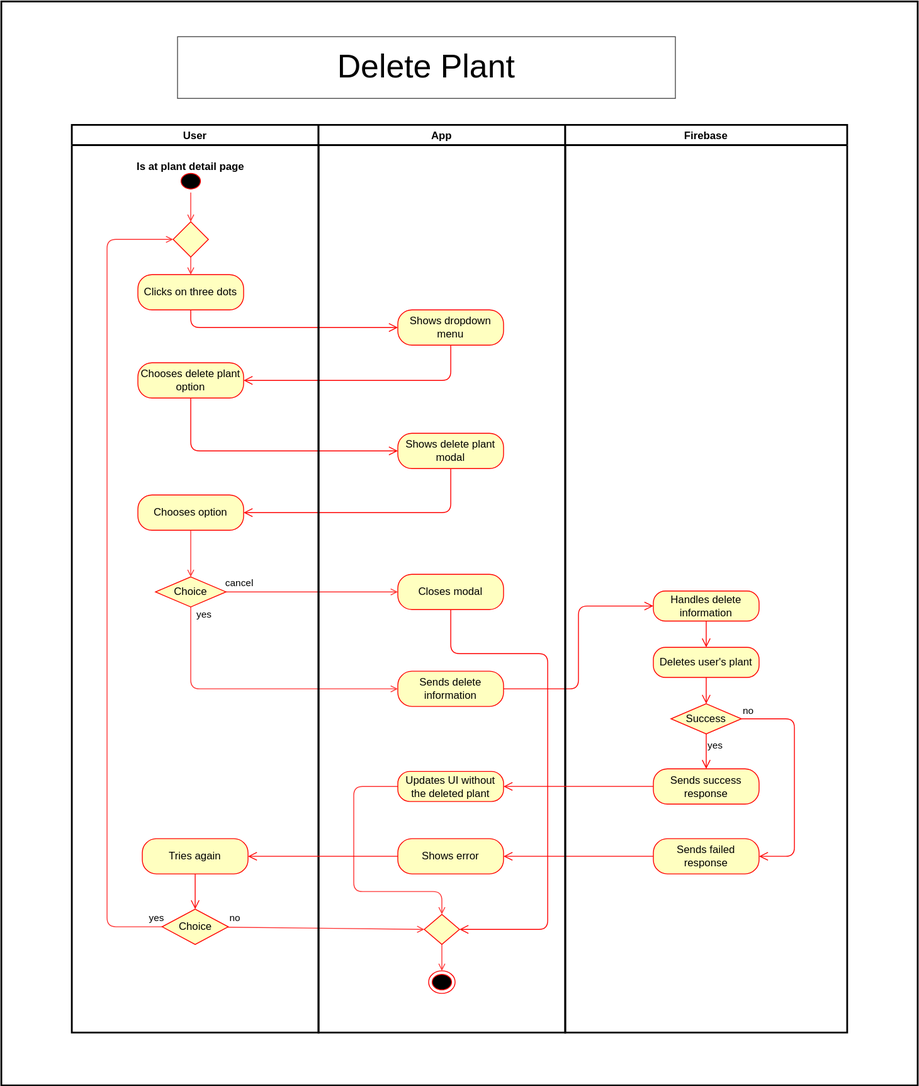
This is docs/assets/svg/useCaseDiagrams/deletePlant.drawio.svg from Green-Fingers-App/gardeningApp, a draw.io export, as it was before one commit. Source tidied: cells renumbered, new cells last; positions are measured from the earlier drawing's top-left corner, leaving out a move shared by most shapes.
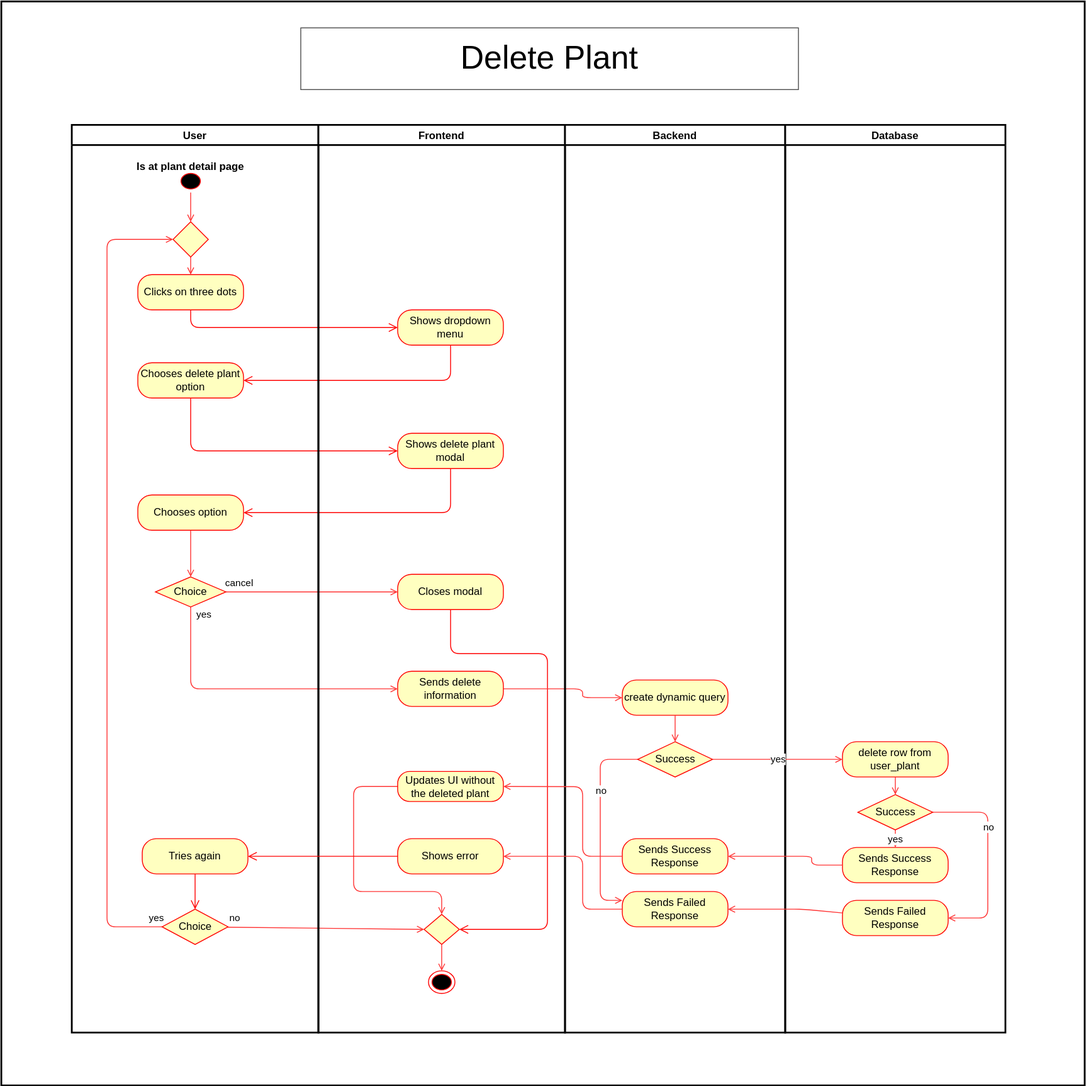
After the commit.

Diff of the diagram source:
```diff
@@ -3,7 +3,7 @@
     <mxCell id="0" />
     <mxCell id="1" parent="0" />
     <mxCell id="2" style="whiteSpace=wrap;html=1;fillColor=#FFFFFF;strokeColor=#000000;strokeWidth=2;" parent="1" vertex="1">
-      <mxGeometry width="1040" height="1230" as="geometry" />
+      <mxGeometry width="1230" height="1230" as="geometry" />
     </mxCell>
     <mxCell id="3" value="Clicks on three dots" style="rounded=1;whiteSpace=wrap;html=1;arcSize=40;fontColor=#000000;fillColor=#ffffc0;strokeColor=#ff0000;" parent="1" vertex="1">
       <mxGeometry x="155" y="310" width="120" height="40" as="geometry" />
@@ -39,7 +39,7 @@
       </mxGeometry>
     </mxCell>
     <mxCell id="10" value="&lt;font style=&quot;background-color: rgb(255, 255, 255); font-size: 37px;&quot; color=&quot;#000000&quot;&gt;Delete Plant&lt;/font&gt;" style="rounded=0;whiteSpace=wrap;html=1;fillColor=#FFFFFF;strokeColor=#4D4D4D;" parent="1" vertex="1">
-      <mxGeometry x="200" y="40" width="565" height="70" as="geometry" />
+      <mxGeometry x="340" y="30" width="565" height="70" as="geometry" />
     </mxCell>
     <mxCell id="11" style="edgeStyle=none;html=1;endArrow=open;endFill=0;strokeColor=#FF3333;" parent="1" edge="1" source="13" target="3">
       <mxGeometry relative="1" as="geometry" />
@@ -87,12 +87,17 @@
         </Array>
       </mxGeometry>
     </mxCell>
+    <mxCell id="52" style="edgeStyle=none;html=1;strokeColor=#FF3333;endArrow=open;endFill=0;" parent="1" edge="1" source="21" target="55">
+      <mxGeometry relative="1" as="geometry">
+        <Array as="points">
+          <mxPoint x="660" y="780" />
+          <mxPoint x="660" y="790" />
+        </Array>
+      </mxGeometry>
+    </mxCell>
     <mxCell id="21" value="Sends delete information" style="rounded=1;whiteSpace=wrap;html=1;arcSize=40;fontColor=#000000;fillColor=#ffffc0;strokeColor=#ff0000;" parent="1" vertex="1">
       <mxGeometry x="450" y="760" width="120" height="40" as="geometry" />
     </mxCell>
-    <mxCell id="22" style="edgeStyle=orthogonalEdgeStyle;html=1;verticalAlign=bottom;endArrow=open;endSize=8;strokeColor=#ff0000;entryX=0;entryY=0.5;entryDx=0;entryDy=0;" parent="1" edge="1" source="21" target="43">
-      <mxGeometry relative="1" as="geometry" />
-    </mxCell>
     <mxCell id="23" value="yes" style="edgeStyle=none;html=1;entryX=0;entryY=0.5;entryDx=0;entryDy=0;strokeColor=#FF3333;endArrow=open;endFill=0;" parent="1" edge="1" source="34" target="21">
       <mxGeometry x="-0.94" y="15" relative="1" as="geometry">
         <Array as="points">
@@ -100,20 +105,6 @@
         </Array>
       </mxGeometry>
     </mxCell>
-    <mxCell id="24" value="no" style="edgeStyle=orthogonalEdgeStyle;html=1;align=left;verticalAlign=bottom;endArrow=open;endSize=8;strokeColor=#ff0000;entryX=1;entryY=0.5;entryDx=0;entryDy=0;" parent="1" edge="1" source="46" target="25">
-      <mxGeometry x="-1" relative="1" as="geometry">
-        <Array as="points">
-          <mxPoint x="900" y="814" />
-          <mxPoint x="900" y="970" />
-        </Array>
-      </mxGeometry>
-    </mxCell>
-    <mxCell id="25" value="Sends failed response" style="rounded=1;whiteSpace=wrap;html=1;arcSize=40;fontColor=#000000;fillColor=#ffffc0;strokeColor=#ff0000;" parent="1" vertex="1">
-      <mxGeometry x="740" y="950" width="120" height="40" as="geometry" />
-    </mxCell>
-    <mxCell id="26" style="edgeStyle=orthogonalEdgeStyle;html=1;verticalAlign=bottom;endArrow=open;endSize=8;strokeColor=#ff0000;" parent="1" edge="1" source="25" target="41">
-      <mxGeometry relative="1" as="geometry" />
-    </mxCell>
     <mxCell id="27" value="yes" style="edgeStyle=none;html=1;strokeColor=#FF3333;endArrow=open;endFill=0;" parent="1" edge="1" source="36" target="13">
       <mxGeometry x="-0.99" y="-10" relative="1" as="geometry">
         <Array as="points">
@@ -163,7 +154,7 @@
     <mxCell id="37" style="edgeStyle=orthogonalEdgeStyle;html=1;verticalAlign=bottom;endArrow=open;endSize=8;strokeColor=#ff0000;entryX=0;entryY=0.5;entryDx=0;entryDy=0;" parent="32" edge="1" source="35" target="36">
       <mxGeometry relative="1" as="geometry" />
     </mxCell>
-    <mxCell id="38" value="App" style="swimlane;strokeColor=#000000;strokeWidth=2;fillColor=#FFFFFF;fontColor=#000000;" parent="1" vertex="1">
+    <mxCell id="38" value="Frontend" style="swimlane;strokeColor=#000000;strokeWidth=2;fillColor=#FFFFFF;fontColor=#000000;" parent="1" vertex="1">
       <mxGeometry x="360" y="140" width="280" height="1030" as="geometry" />
     </mxCell>
     <mxCell id="39" value="Updates UI without the deleted plant" style="rounded=1;whiteSpace=wrap;html=1;arcSize=40;fontColor=#000000;fillColor=#ffffc0;strokeColor=#ff0000;" parent="38" vertex="1">
@@ -175,35 +166,109 @@
     <mxCell id="41" value="Shows error" style="rounded=1;whiteSpace=wrap;html=1;arcSize=40;fontColor=#000000;fillColor=#ffffc0;strokeColor=#ff0000;" parent="38" vertex="1">
       <mxGeometry x="90" y="810" width="120" height="40" as="geometry" />
     </mxCell>
-    <mxCell id="42" value="Firebase" style="swimlane;strokeColor=#000000;strokeWidth=2;fillColor=#FFFFFF;fontColor=#000000;" parent="1" vertex="1">
-      <mxGeometry x="640" y="140" width="320" height="1030" as="geometry" />
-    </mxCell>
-    <mxCell id="43" value="Handles delete information" style="rounded=1;whiteSpace=wrap;html=1;arcSize=40;fontColor=#000000;fillColor=#ffffc0;strokeColor=#ff0000;" parent="42" vertex="1">
-      <mxGeometry x="100" y="529" width="120" height="34.1" as="geometry" />
-    </mxCell>
-    <mxCell id="44" value="Deletes user's plant" style="rounded=1;whiteSpace=wrap;html=1;arcSize=40;fontColor=#000000;fillColor=#ffffc0;strokeColor=#ff0000;" parent="42" vertex="1">
-      <mxGeometry x="100" y="592.9" width="120" height="34.1" as="geometry" />
-    </mxCell>
-    <mxCell id="45" style="edgeStyle=orthogonalEdgeStyle;html=1;verticalAlign=bottom;endArrow=open;endSize=8;strokeColor=#ff0000;entryX=0.5;entryY=0;entryDx=0;entryDy=0;" parent="42" edge="1" source="43" target="44">
-      <mxGeometry relative="1" as="geometry" />
-    </mxCell>
-    <mxCell id="46" value="Success" style="rhombus;whiteSpace=wrap;html=1;fillColor=#ffffc0;strokeColor=#ff0000;" parent="42" vertex="1">
-      <mxGeometry x="120" y="656.9" width="80" height="34.1" as="geometry" />
-    </mxCell>
-    <mxCell id="47" style="edgeStyle=orthogonalEdgeStyle;html=1;verticalAlign=bottom;endArrow=open;endSize=8;strokeColor=#ff0000;entryX=0.5;entryY=0;entryDx=0;entryDy=0;" parent="42" edge="1" source="44" target="46">
-      <mxGeometry relative="1" as="geometry" />
-    </mxCell>
-    <mxCell id="48" value="Sends success response" style="rounded=1;whiteSpace=wrap;html=1;arcSize=40;fontColor=#000000;fillColor=#ffffc0;strokeColor=#ff0000;" parent="42" vertex="1">
-      <mxGeometry x="100" y="730.8" width="120" height="40" as="geometry" />
-    </mxCell>
-    <mxCell id="49" value="yes" style="edgeStyle=orthogonalEdgeStyle;html=1;align=left;verticalAlign=top;endArrow=open;endSize=8;strokeColor=#ff0000;entryX=0.5;entryY=0;entryDx=0;entryDy=0;" parent="42" edge="1" source="46" target="48">
-      <mxGeometry x="-1" relative="1" as="geometry" />
-    </mxCell>
-    <mxCell id="50" style="edgeStyle=orthogonalEdgeStyle;html=1;verticalAlign=bottom;endArrow=open;endSize=8;strokeColor=#ff0000;" parent="1" edge="1" source="48" target="39">
-      <mxGeometry relative="1" as="geometry" />
-    </mxCell>
     <mxCell id="51" style="edgeStyle=orthogonalEdgeStyle;html=1;verticalAlign=bottom;endArrow=open;endSize=8;strokeColor=#ff0000;entryX=1;entryY=0.5;entryDx=0;entryDy=0;" parent="1" edge="1" source="41" target="35">
       <mxGeometry relative="1" as="geometry" />
     </mxCell>
+    <mxCell id="53" value="Backend" style="swimlane;strokeColor=#050505;fillColor=#FFFFFF;fontColor=#050505;strokeWidth=2;" parent="1" vertex="1">
+      <mxGeometry x="640" y="140" width="250" height="1030" as="geometry" />
+    </mxCell>
+    <mxCell id="54" style="edgeStyle=none;html=1;strokeColor=#FF3333;rounded=1;curved=0;endArrow=open;endFill=0;" parent="53" edge="1" source="55" target="60">
+      <mxGeometry relative="1" as="geometry" />
+    </mxCell>
+    <mxCell id="55" value="create dynamic query" style="rounded=1;whiteSpace=wrap;html=1;arcSize=40;fontColor=#000000;fillColor=#ffffc0;strokeColor=#ff0000;" parent="53" vertex="1">
+      <mxGeometry x="65" y="630" width="120" height="40" as="geometry" />
+    </mxCell>
+    <mxCell id="56" value="Sends Success Response" style="rounded=1;whiteSpace=wrap;html=1;arcSize=40;fontColor=#000000;fillColor=#ffffc0;strokeColor=#ff0000;" parent="53" vertex="1">
+      <mxGeometry x="65" y="810" width="120" height="40" as="geometry" />
+    </mxCell>
+    <mxCell id="57" value="Sends Failed Response" style="rounded=1;whiteSpace=wrap;html=1;arcSize=40;fontColor=#000000;fillColor=#ffffc0;strokeColor=#ff0000;" parent="53" vertex="1">
+      <mxGeometry x="65" y="870" width="120" height="40" as="geometry" />
+    </mxCell>
+    <mxCell id="58" style="edgeStyle=none;html=1;entryX=0;entryY=0.25;entryDx=0;entryDy=0;strokeColor=#FF3333;endArrow=open;endFill=0;" parent="53" edge="1" source="60" target="57">
+      <mxGeometry relative="1" as="geometry">
+        <Array as="points">
+          <mxPoint x="40" y="720" />
+          <mxPoint x="40" y="880" />
+        </Array>
+      </mxGeometry>
+    </mxCell>
+    <mxCell id="59" value="no" style="edgeLabel;html=1;align=center;verticalAlign=middle;" parent="58" vertex="1">
+      <mxGeometry x="-0.34" relative="1" as="geometry">
+        <mxPoint y="1" as="offset" />
+      </mxGeometry>
+    </mxCell>
+    <mxCell id="60" value="Success" style="rhombus;whiteSpace=wrap;html=1;fillColor=#ffffc0;strokeColor=#ff0000;" parent="53" vertex="1">
+      <mxGeometry x="82.5" y="700" width="85" height="40" as="geometry" />
+    </mxCell>
+    <mxCell id="61" value="Database" style="swimlane;strokeColor=#050505;fillColor=#FFFFFF;fontColor=#050505;strokeWidth=2;" parent="1" vertex="1">
+      <mxGeometry x="890" y="140" width="250" height="1030" as="geometry" />
+    </mxCell>
+    <mxCell id="62" style="edgeStyle=none;html=1;entryX=0.5;entryY=0;entryDx=0;entryDy=0;strokeColor=#FF3333;endArrow=open;endFill=0;" parent="61" edge="1" source="63" target="69">
+      <mxGeometry relative="1" as="geometry" />
+    </mxCell>
+    <mxCell id="63" value="delete row from user_plant" style="rounded=1;whiteSpace=wrap;html=1;arcSize=40;fontColor=#000000;fillColor=#ffffc0;strokeColor=#ff0000;" parent="61" vertex="1">
+      <mxGeometry x="65" y="700" width="120" height="40" as="geometry" />
+    </mxCell>
+    <mxCell id="64" value="Sends Success Response" style="rounded=1;whiteSpace=wrap;html=1;arcSize=40;fontColor=#000000;fillColor=#ffffc0;strokeColor=#ff0000;" parent="61" vertex="1">
+      <mxGeometry x="65" y="820" width="120" height="40" as="geometry" />
+    </mxCell>
+    <mxCell id="65" value="Sends Failed Response" style="rounded=1;whiteSpace=wrap;html=1;arcSize=40;fontColor=#000000;fillColor=#ffffc0;strokeColor=#ff0000;" parent="61" vertex="1">
+      <mxGeometry x="65" y="880" width="120" height="40" as="geometry" />
+    </mxCell>
+    <mxCell id="66" value="yes" style="edgeStyle=none;html=1;entryX=0.5;entryY=0;entryDx=0;entryDy=0;exitX=0.5;exitY=1;exitDx=0;exitDy=0;strokeColor=#FF3333;endArrow=open;endFill=0;" parent="61" edge="1" source="69" target="64">
+      <mxGeometry relative="1" as="geometry" />
+    </mxCell>
+    <mxCell id="67" style="edgeStyle=none;html=1;entryX=1;entryY=0.5;entryDx=0;entryDy=0;strokeColor=#FF3333;endArrow=open;endFill=0;" parent="61" edge="1" source="69" target="65">
+      <mxGeometry relative="1" as="geometry">
+        <Array as="points">
+          <mxPoint x="230" y="780" />
+          <mxPoint x="230" y="900" />
+        </Array>
+      </mxGeometry>
+    </mxCell>
+    <mxCell id="68" value="no" style="edgeLabel;html=1;align=center;verticalAlign=middle;" parent="67" vertex="1">
+      <mxGeometry x="-0.31" relative="1" as="geometry" />
+    </mxCell>
+    <mxCell id="69" value="Success" style="rhombus;whiteSpace=wrap;html=1;fillColor=#ffffc0;strokeColor=#ff0000;" parent="61" vertex="1">
+      <mxGeometry x="82.5" y="760" width="85" height="40" as="geometry" />
+    </mxCell>
+    <mxCell id="70" style="edgeStyle=none;html=1;exitX=0;exitY=0.5;exitDx=0;exitDy=0;entryX=1;entryY=0.5;entryDx=0;entryDy=0;strokeColor=#FF3333;endArrow=open;endFill=0;" parent="1" edge="1" source="57" target="41">
+      <mxGeometry relative="1" as="geometry">
+        <Array as="points">
+          <mxPoint x="660" y="1030" />
+          <mxPoint x="660" y="970" />
+        </Array>
+      </mxGeometry>
+    </mxCell>
+    <mxCell id="71" style="edgeStyle=none;html=1;exitX=0;exitY=0.5;exitDx=0;exitDy=0;entryX=1;entryY=0.5;entryDx=0;entryDy=0;strokeColor=#FF3333;endArrow=open;endFill=0;" parent="1" edge="1" source="56" target="39">
+      <mxGeometry relative="1" as="geometry">
+        <Array as="points">
+          <mxPoint x="660" y="970" />
+          <mxPoint x="660" y="891" />
+        </Array>
+      </mxGeometry>
+    </mxCell>
+    <mxCell id="72" value="yes" style="edgeStyle=none;html=1;entryX=0;entryY=0.5;entryDx=0;entryDy=0;strokeColor=#FF3333;endArrow=open;endFill=0;" parent="1" edge="1" source="60" target="63">
+      <mxGeometry relative="1" as="geometry">
+        <Array as="points">
+          <mxPoint x="870" y="860" />
+        </Array>
+      </mxGeometry>
+    </mxCell>
+    <mxCell id="73" style="edgeStyle=none;html=1;entryX=1;entryY=0.5;entryDx=0;entryDy=0;strokeColor=#FF3333;endArrow=open;endFill=0;" parent="1" edge="1" source="64" target="56">
+      <mxGeometry relative="1" as="geometry">
+        <Array as="points">
+          <mxPoint x="920" y="980" />
+          <mxPoint x="920" y="970" />
+        </Array>
+      </mxGeometry>
+    </mxCell>
+    <mxCell id="74" style="edgeStyle=none;html=1;entryX=1;entryY=0.5;entryDx=0;entryDy=0;strokeColor=#FF3333;endArrow=open;endFill=0;" parent="1" edge="1" source="65" target="57">
+      <mxGeometry relative="1" as="geometry">
+        <Array as="points">
+          <mxPoint x="910" y="1030" />
+        </Array>
+      </mxGeometry>
+    </mxCell>
   </root>
 </mxGraphModel>
```
